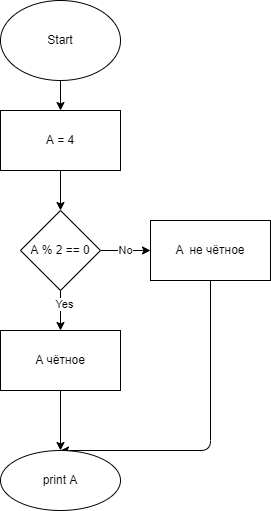
Earlier version of the draw.io export Lesson01/Task03/example.drawio.png (Gladun-D/Seminar1C). Source tidied: cells renumbered, new cells last; positions are measured from the earlier drawing's top-left corner, leaving out a move shared by most shapes.
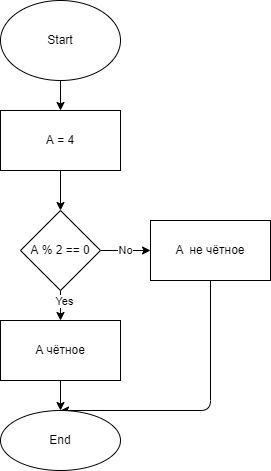
After the commit.

The edit, as a diff of the source:
```diff
@@ -40,10 +40,10 @@
       <mxGeometry relative="1" as="geometry" />
     </mxCell>
     <mxCell id="13" value="А чётное" style="whiteSpace=wrap;html=1;" parent="1" vertex="1">
-      <mxGeometry y="330" width="120" height="60" as="geometry" />
+      <mxGeometry y="320" width="120" height="60" as="geometry" />
     </mxCell>
-    <mxCell id="14" value="print A" style="ellipse;whiteSpace=wrap;html=1;" parent="1" vertex="1">
-      <mxGeometry y="450" width="120" height="60" as="geometry" />
+    <mxCell id="14" value="End" style="ellipse;whiteSpace=wrap;html=1;" parent="1" vertex="1">
+      <mxGeometry y="410" width="120" height="60" as="geometry" />
     </mxCell>
   </root>
 </mxGraphModel>
```
